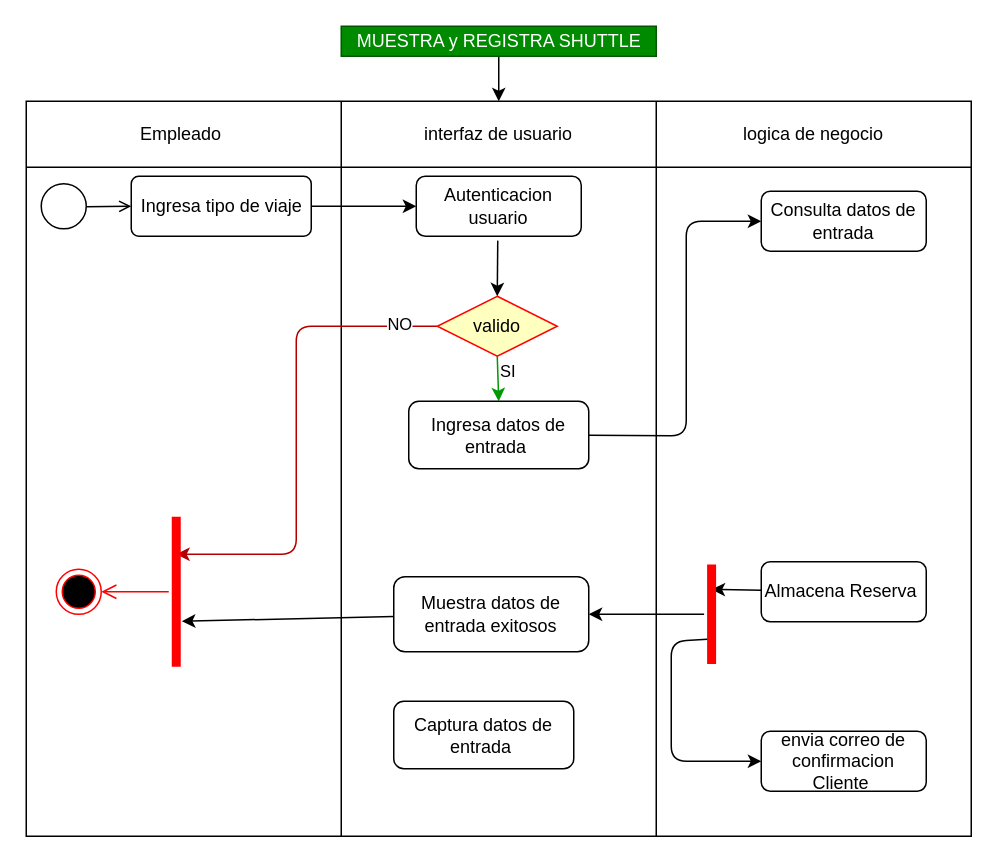
Earlier version of the draw.io diagram DAE.10.1.drawio (DavidArtavia/Activity_Diagram-). Source tidied: cells renumbered, new cells numbered last; positions are measured from the earlier drawing's top-left corner, leaving out a move shared by most shapes. Both pictures are drawn from the tidied source at 150%, with x=0, y=0 at pixel (26, 26).
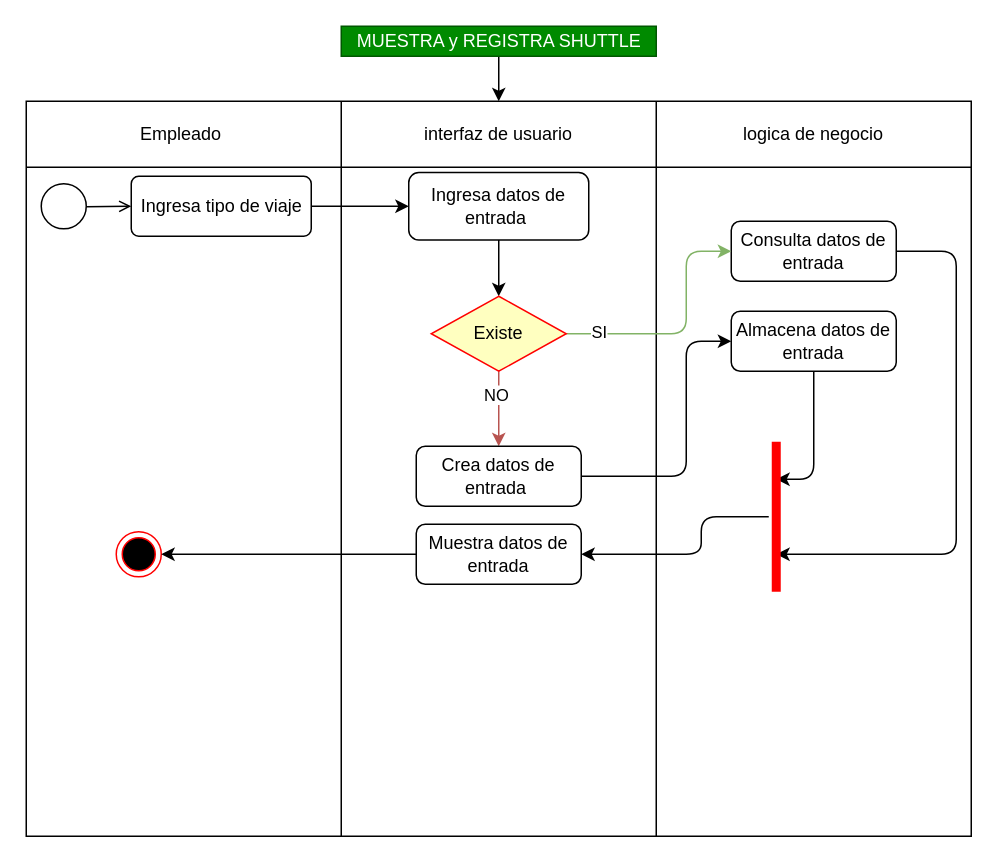
Above is the later version.

Unchanged cells that the change refers to:
```xml
<mxCell id="14" value="&lt;span style=&quot;color: rgb(0 , 0 , 0)&quot;&gt;Ingresa tipo de viaje&lt;/span&gt;" style="html=1;align=center;verticalAlign=middle;rounded=1;absoluteArcSize=1;arcSize=10;dashed=0;fillColor=#FFFFFF;" parent="1" vertex="1">
  <mxGeometry x="70" y="100" width="120" height="40" as="geometry" />
</mxCell>
```

Diff of the diagram source:
```diff
@@
-    <mxCell id="11" value="Autenticacion usuario" style="rounded=1;whiteSpace=wrap;html=1;fillColor=#FFFFFF;fontColor=#000000;" parent="1" vertex="1">
-      <mxGeometry x="260" y="100" width="110" height="40" as="geometry" />
-    </mxCell>
+    <mxCell id="39" style="edgeStyle=none;html=1;entryX=0.25;entryY=0.5;entryDx=0;entryDy=0;entryPerimeter=0;" parent="1" edge="1" source="12" target="51">
+      <mxGeometry relative="1" as="geometry">
+        <Array as="points">
+          <mxPoint x="620" y="150" />
+          <mxPoint x="620" y="352" />
+        </Array>
+      </mxGeometry>
+    </mxCell>
     <mxCell id="12" value="Consulta datos de entrada" style="rounded=1;whiteSpace=wrap;html=1;fillColor=#FFFFFF;fontColor=#000000;" parent="1" vertex="1">
-      <mxGeometry x="490" y="110" width="110" height="40" as="geometry" />
+      <mxGeometry x="470" y="130" width="110" height="40" as="geometry" />
     </mxCell>
-    <mxCell id="13" style="edgeStyle=none;html=1;" parent="1" edge="1" source="14" target="11">
+    <mxCell id="13" style="edgeStyle=none;html=1;entryX=0;entryY=0.5;entryDx=0;entryDy=0;" parent="1" edge="1" source="14" target="29">
       <mxGeometry relative="1" as="geometry" />
     </mxCell>
@@
-    <mxCell id="17" style="edgeStyle=none;html=1;strokeColor=#009900;entryX=0.5;entryY=0;entryDx=0;entryDy=0;exitX=0.5;exitY=1;exitDx=0;exitDy=0;" parent="1" edge="1" source="21" target="29">
-      <mxGeometry relative="1" as="geometry">
-        <Array as="points">
-          <mxPoint x="315" y="250" />
-        </Array>
-      </mxGeometry>
-    </mxCell>
-    <mxCell id="18" value="SI" style="edgeLabel;html=1;align=center;verticalAlign=middle;" parent="17" vertex="1">
-      <mxGeometry x="-0.89" y="2" relative="1" as="geometry">
-        <mxPoint x="4" y="8" as="offset" />
-      </mxGeometry>
-    </mxCell>
-    <mxCell id="19" style="edgeStyle=none;html=1;entryX=0.75;entryY=0.5;entryDx=0;entryDy=0;entryPerimeter=0;fillColor=#e51400;strokeColor=#B20000;" parent="1" edge="1" source="21" target="32">
-      <mxGeometry relative="1" as="geometry">
-        <Array as="points">
-          <mxPoint x="180" y="200" />
-          <mxPoint x="180" y="352" />
-        </Array>
-      </mxGeometry>
-    </mxCell>
-    <mxCell id="20" value="NO" style="edgeLabel;html=1;align=center;verticalAlign=middle;" parent="19" vertex="1">
-      <mxGeometry x="-0.84" y="-2" relative="1" as="geometry" />
-    </mxCell>
-    <mxCell id="21" value="&lt;font color=&quot;#000000&quot;&gt;valido&lt;/font&gt;" style="rhombus;whiteSpace=wrap;html=1;fillColor=#ffffc0;strokeColor=#ff0000;" parent="1" vertex="1">
-      <mxGeometry x="274" y="180" width="80" height="40" as="geometry" />
-    </mxCell>
-    <mxCell id="22" style="endArrow=classic;html=1;entryX=0.5;entryY=0;entryDx=0;entryDy=0;exitX=0.494;exitY=1.073;exitDx=0;exitDy=0;exitPerimeter=0;" parent="1" edge="1" source="11" target="21">
-      <mxGeometry relative="1" as="geometry" />
-    </mxCell>
     <mxCell id="23" style="ellipse;html=1;shape=endState;fillColor=#000000;strokeColor=#ff0000;" parent="1" vertex="1">
-      <mxGeometry x="20" y="362" width="30" height="30" as="geometry" />
+      <mxGeometry x="60" y="337" width="30" height="30" as="geometry" />
     </mxCell>
@@
-    <mxCell id="26" style="edgeStyle=none;html=1;entryX=0.303;entryY=0.876;entryDx=0;entryDy=0;entryPerimeter=0;" parent="1" edge="1" source="27" target="32">
-      <mxGeometry relative="1" as="geometry" />
-    </mxCell>
-    <mxCell id="27" value="Muestra datos de entrada exitosos" style="whiteSpace=wrap;html=1;fillColor=#FFFFFF;fontColor=#000000;rounded=1;" parent="1" vertex="1">
-      <mxGeometry x="245" y="367" width="130" height="50" as="geometry" />
-    </mxCell>
-    <mxCell id="28" style="edgeStyle=none;html=1;entryX=0;entryY=0.5;entryDx=0;entryDy=0;" parent="1" edge="1" source="29" target="12">
-      <mxGeometry relative="1" as="geometry">
-        <Array as="points">
-          <mxPoint x="440" y="273" />
-          <mxPoint x="440" y="130" />
-        </Array>
-      </mxGeometry>
-    </mxCell>
+    <mxCell id="40" style="edgeStyle=none;html=1;entryX=0.5;entryY=0;entryDx=0;entryDy=0;" parent="1" edge="1" source="29" target="43">
+      <mxGeometry relative="1" as="geometry" />
+    </mxCell>
     <mxCell id="29" value="Ingresa datos de entrada&amp;nbsp;" style="whiteSpace=wrap;html=1;fillColor=#FFFFFF;fontColor=#000000;rounded=1;" parent="1" vertex="1">
-      <mxGeometry x="255" y="250" width="120" height="45" as="geometry" />
+      <mxGeometry x="255" y="97.5" width="120" height="45" as="geometry" />
     </mxCell>
-    <mxCell id="30" style="edgeStyle=none;html=1;entryX=0.75;entryY=0.5;entryDx=0;entryDy=0;entryPerimeter=0;" parent="1" edge="1" source="31" target="37">
-      <mxGeometry relative="1" as="geometry" />
-    </mxCell>
-    <mxCell id="31" value="Almacena Reserva&amp;nbsp;" style="rounded=1;whiteSpace=wrap;html=1;fillColor=#FFFFFF;fontColor=#000000;" parent="1" vertex="1">
-      <mxGeometry x="490" y="357" width="110" height="40" as="geometry" />
-    </mxCell>
-    <mxCell id="32" style="shape=line;html=1;strokeWidth=6;strokeColor=#ff0000;rotation=-90;" parent="1" vertex="1">
-      <mxGeometry x="50" y="372" width="100" height="10" as="geometry" />
-    </mxCell>
-    <mxCell id="33" style="edgeStyle=orthogonalEdgeStyle;html=1;verticalAlign=bottom;endArrow=open;endSize=8;strokeColor=#ff0000;entryX=1;entryY=0.5;entryDx=0;entryDy=0;" parent="1" edge="1" source="32" target="23">
-      <mxGeometry relative="1" as="geometry" />
-    </mxCell>
-    <mxCell id="34" value="envia correo de confirmacion Cliente&amp;nbsp;" style="rounded=1;whiteSpace=wrap;html=1;fillColor=#FFFFFF;fontColor=#000000;" parent="1" vertex="1">
-      <mxGeometry x="490" y="470" width="110" height="40" as="geometry" />
-    </mxCell>
-    <mxCell id="35" style="edgeStyle=none;html=1;entryX=0;entryY=0.5;entryDx=0;entryDy=0;exitX=0.25;exitY=0.5;exitDx=0;exitDy=0;exitPerimeter=0;" parent="1" edge="1" source="37" target="34">
-      <mxGeometry relative="1" as="geometry">
-        <Array as="points">
-          <mxPoint x="430" y="410" />
-          <mxPoint x="430" y="440" />
-          <mxPoint x="430" y="490" />
-        </Array>
-      </mxGeometry>
-    </mxCell>
-    <mxCell id="36" style="edgeStyle=none;html=1;entryX=1;entryY=0.5;entryDx=0;entryDy=0;" parent="1" edge="1" source="37" target="27">
-      <mxGeometry relative="1" as="geometry" />
-    </mxCell>
-    <mxCell id="37" style="shape=line;html=1;strokeWidth=6;strokeColor=#ff0000;rotation=-90;" parent="1" vertex="1">
-      <mxGeometry x="423.8" y="387" width="66.2" height="10" as="geometry" />
-    </mxCell>
-    <mxCell id="38" value="Captura datos de entrada&amp;nbsp;" style="whiteSpace=wrap;html=1;fillColor=#FFFFFF;fontColor=#000000;rounded=1;" parent="1" vertex="1">
-      <mxGeometry x="245" y="450" width="120" height="45" as="geometry" />
-    </mxCell>
+    <mxCell id="41" style="edgeStyle=none;html=1;entryX=0;entryY=0.5;entryDx=0;entryDy=0;fillColor=#d5e8d4;gradientColor=#97d077;strokeColor=#82b366;" parent="1" edge="1" source="43" target="12">
+      <mxGeometry relative="1" as="geometry">
+        <Array as="points">
+          <mxPoint x="440" y="205" />
+          <mxPoint x="440" y="150" />
+        </Array>
+      </mxGeometry>
+    </mxCell>
+    <mxCell id="18" value="SI" style="edgeLabel;html=1;align=center;verticalAlign=middle;" parent="41" vertex="1">
+      <mxGeometry x="-0.74" y="2" relative="1" as="geometry" />
+    </mxCell>
+    <mxCell id="42" style="edgeStyle=none;html=1;entryX=0.5;entryY=0;entryDx=0;entryDy=0;fillColor=#f8cecc;strokeColor=#b85450;gradientColor=#ea6b66;" parent="1" edge="1" source="43" target="47">
+      <mxGeometry relative="1" as="geometry" />
+    </mxCell>
+    <mxCell id="20" value="NO&amp;nbsp;" style="edgeLabel;html=1;align=center;verticalAlign=middle;" parent="42" vertex="1">
+      <mxGeometry x="-0.41" y="-1" relative="1" as="geometry" />
+    </mxCell>
+    <mxCell id="43" value="&lt;span style=&quot;color: rgb(0 , 0 , 0)&quot;&gt;Existe&lt;/span&gt;" style="rhombus;whiteSpace=wrap;html=1;fillColor=#ffffc0;strokeColor=#ff0000;" parent="1" vertex="1">
+      <mxGeometry x="270" y="180" width="90" height="50" as="geometry" />
+    </mxCell>
+    <mxCell id="44" style="edgeStyle=none;html=1;entryX=1;entryY=0.5;entryDx=0;entryDy=0;" parent="1" edge="1" source="45" target="23">
+      <mxGeometry relative="1" as="geometry" />
+    </mxCell>
+    <mxCell id="45" value="Muestra datos de entrada" style="rounded=1;whiteSpace=wrap;html=1;fillColor=#FFFFFF;fontColor=#000000;" parent="1" vertex="1">
+      <mxGeometry x="260" y="332" width="110" height="40" as="geometry" />
+    </mxCell>
+    <mxCell id="46" style="edgeStyle=none;html=1;entryX=0;entryY=0.5;entryDx=0;entryDy=0;" parent="1" edge="1" source="47" target="49">
+      <mxGeometry relative="1" as="geometry">
+        <Array as="points">
+          <mxPoint x="440" y="300" />
+          <mxPoint x="440" y="210" />
+        </Array>
+      </mxGeometry>
+    </mxCell>
+    <mxCell id="47" value="Crea datos de entrada&amp;nbsp;" style="rounded=1;whiteSpace=wrap;html=1;fillColor=#FFFFFF;fontColor=#000000;" parent="1" vertex="1">
+      <mxGeometry x="260" y="280" width="110" height="40" as="geometry" />
+    </mxCell>
+    <mxCell id="48" style="edgeStyle=none;html=1;entryX=0.75;entryY=0.5;entryDx=0;entryDy=0;entryPerimeter=0;" parent="1" edge="1" source="49" target="51">
+      <mxGeometry relative="1" as="geometry">
+        <Array as="points">
+          <mxPoint x="525" y="302" />
+        </Array>
+      </mxGeometry>
+    </mxCell>
+    <mxCell id="49" value="Almacena datos de entrada" style="rounded=1;whiteSpace=wrap;html=1;fillColor=#FFFFFF;fontColor=#000000;" parent="1" vertex="1">
+      <mxGeometry x="470" y="190" width="110" height="40" as="geometry" />
+    </mxCell>
+    <mxCell id="50" style="edgeStyle=none;html=1;entryX=1;entryY=0.5;entryDx=0;entryDy=0;" parent="1" edge="1" source="51" target="45">
+      <mxGeometry relative="1" as="geometry">
+        <Array as="points">
+          <mxPoint x="450" y="327" />
+          <mxPoint x="450" y="352" />
+        </Array>
+      </mxGeometry>
+    </mxCell>
+    <mxCell id="51" style="shape=line;html=1;strokeWidth=6;strokeColor=#ff0000;rotation=-90;" parent="1" vertex="1">
+      <mxGeometry x="450" y="322" width="100" height="10" as="geometry" />
+    </mxCell>
```
